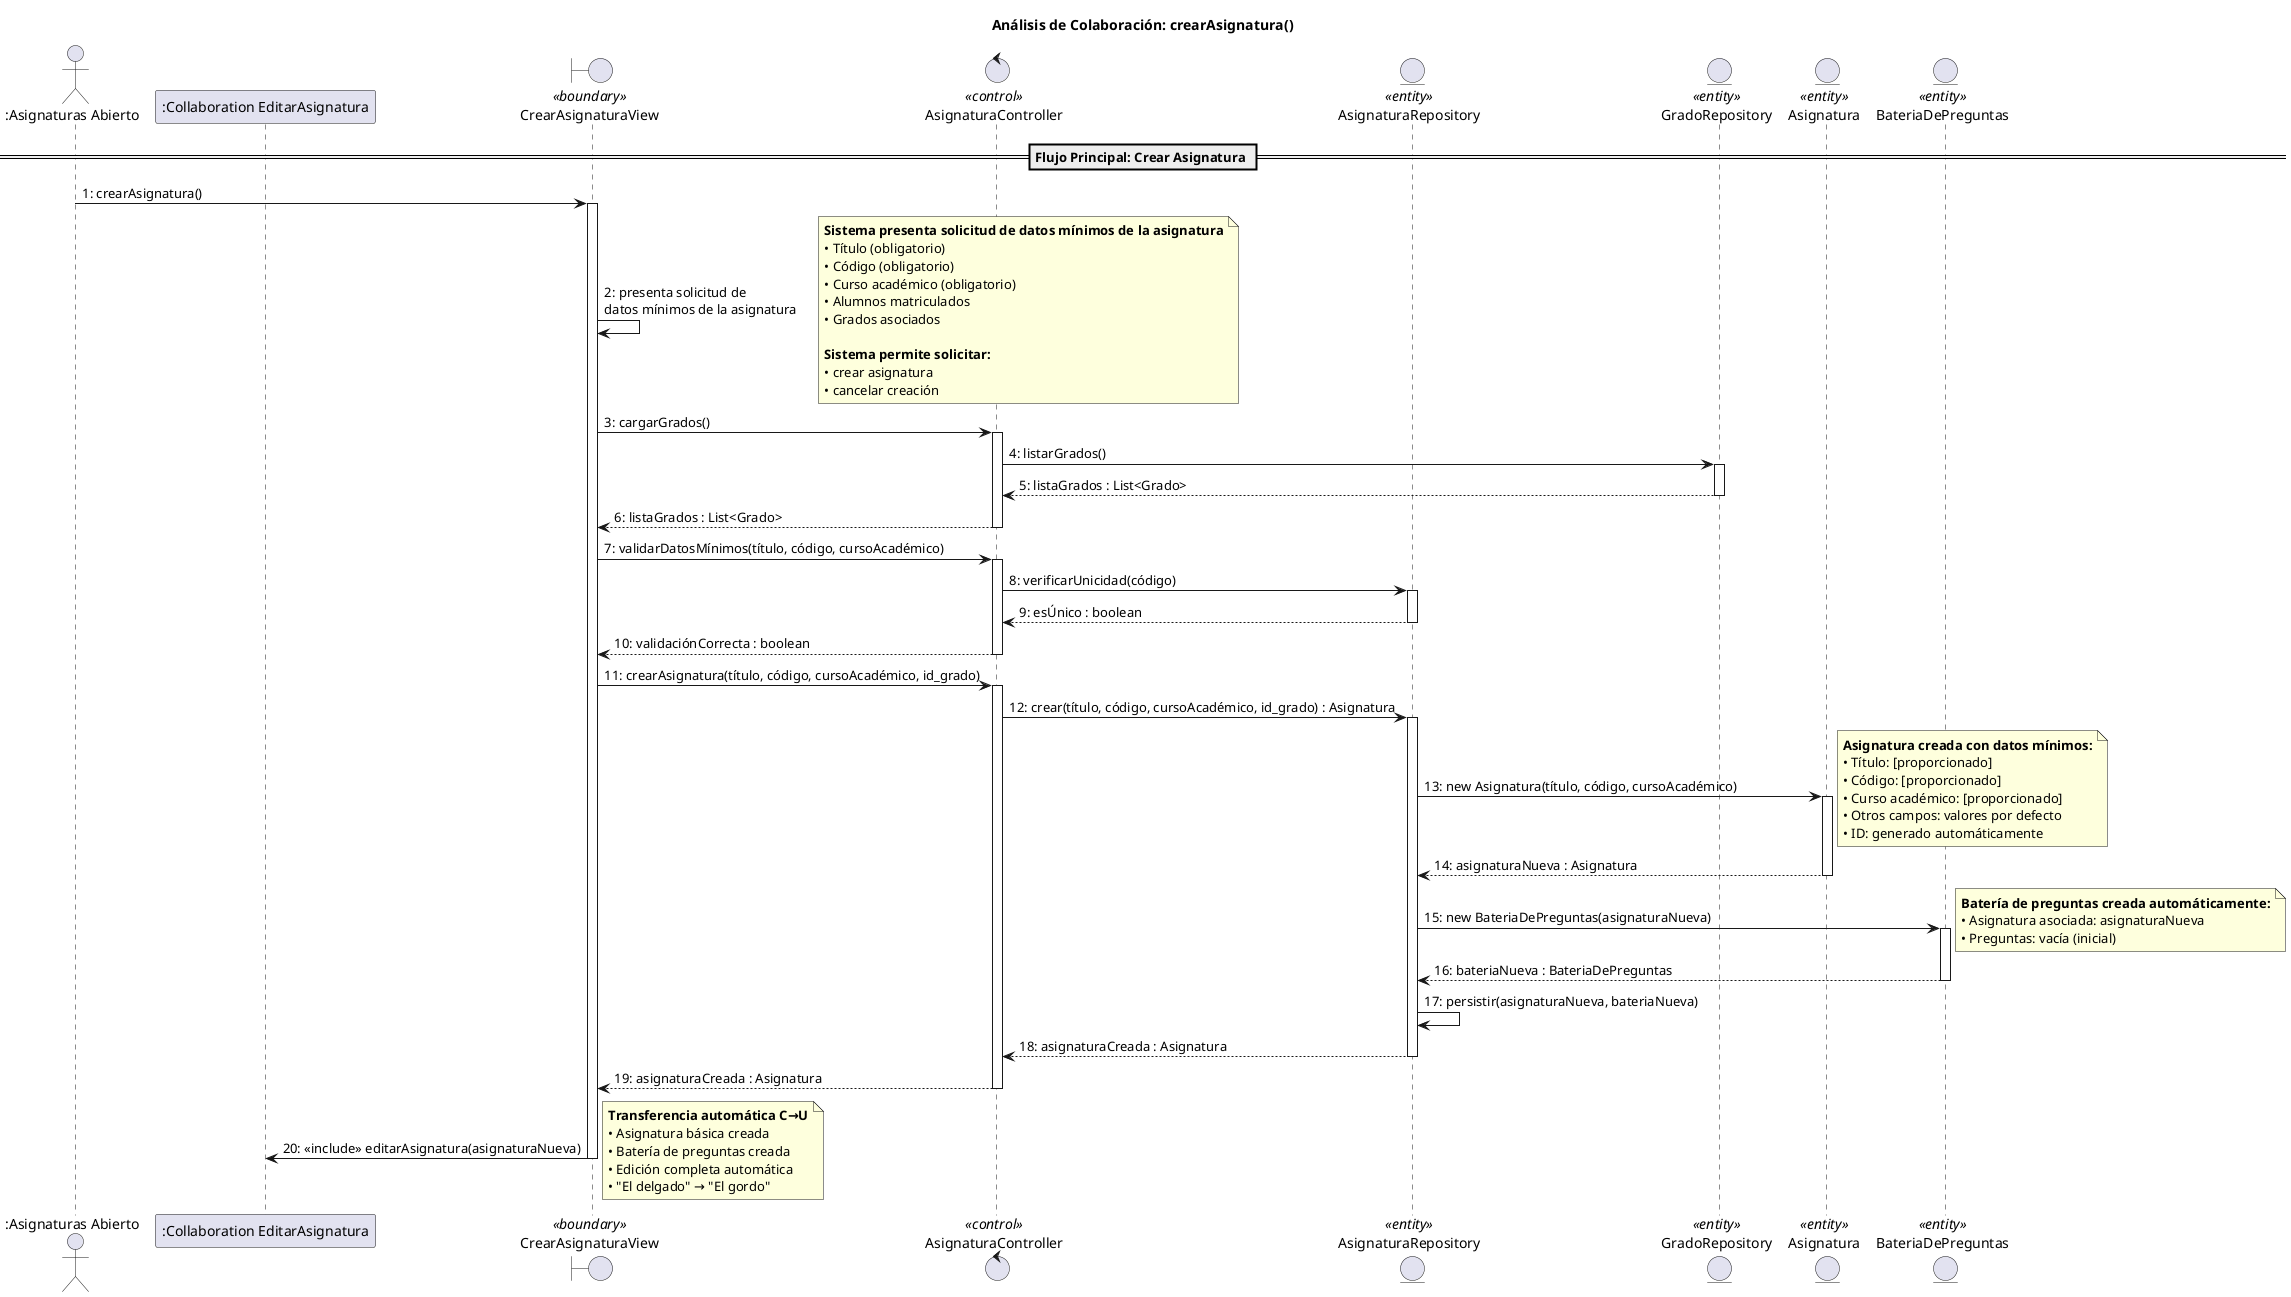
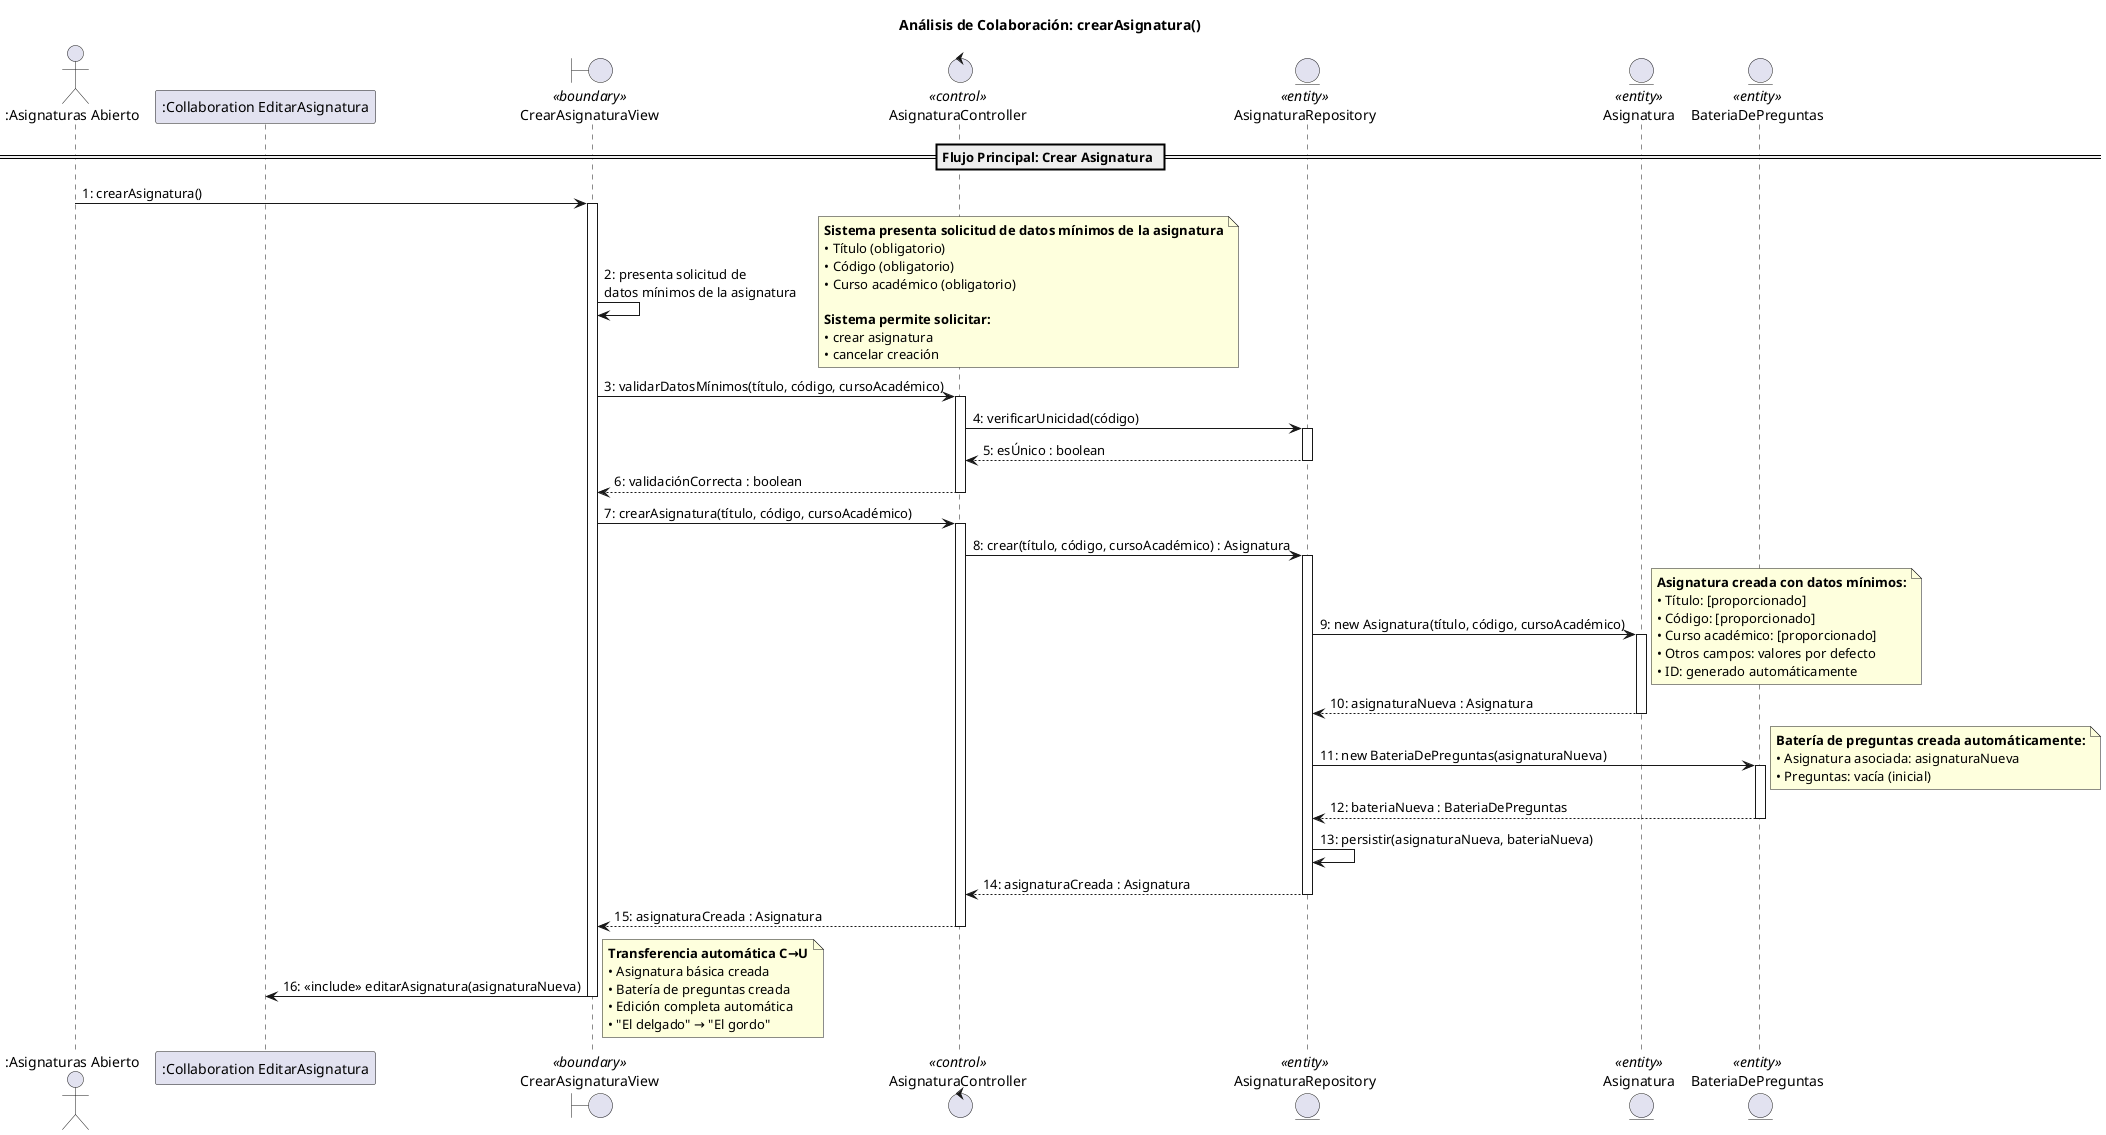
@startuml crearAsignatura-analisis-secuencia

skinparam linetype polyline

' Actores externos
actor ":Asignaturas Abierto" as AsignaturasAbierto
participant ":Collaboration EditarAsignatura" as EditarAsignatura

' Clases de análisis - Vista (Boundary)
boundary "CrearAsignaturaView" as Vista <<boundary>>

' Clases de análisis - Control
control "AsignaturaController" as Controlador <<control>>

' Clases de análisis - Entidad (Entity)
entity "AsignaturaRepository" as Repositorio <<entity>>
- entity "GradoRepository" as GradoRepo <<entity>>
entity "Asignatura" as AsignaturaEntity <<entity>>
entity "BateriaDePreguntas" as BateriaEntity <<entity>>

title Análisis de Colaboración: crearAsignatura()

== Flujo Principal: Crear Asignatura ==

AsignaturasAbierto -> Vista : 1: crearAsignatura()
activate Vista

Vista -> Vista : 2: presenta solicitud de\ndatos mínimos de la asignatura
note right
**Sistema presenta solicitud de datos mínimos de la asignatura**
• Título (obligatorio)
• Código (obligatorio)
• Curso académico (obligatorio)
- • Alumnos matriculados
- • Grados asociados

**Sistema permite solicitar:**
• crear asignatura
• cancelar creación
end note

- Vista -> Controlador : 3: cargarGrados()
+ Vista -> Controlador : 3: validarDatosMínimos(título, código, cursoAcadémico)
activate Controlador

- Controlador -> GradoRepo : 4: listarGrados()
- activate GradoRepo
- GradoRepo --> Controlador : 5: listaGrados : List<Grado>
- deactivate GradoRepo
+ Controlador -> Repositorio : 4: verificarUnicidad(código)
+ activate Repositorio
+ Repositorio --> Controlador : 5: esÚnico : boolean
+ deactivate Repositorio

- Controlador --> Vista : 6: listaGrados : List<Grado>
+ Controlador --> Vista : 6: validaciónCorrecta : boolean
deactivate Controlador

- Vista -> Controlador : 7: validarDatosMínimos(título, código, cursoAcadémico)
+ Vista -> Controlador : 7: crearAsignatura(título, código, cursoAcadémico)
activate Controlador

- Controlador -> Repositorio : 8: verificarUnicidad(código)
- activate Repositorio
- Repositorio --> Controlador : 9: esÚnico : boolean
- deactivate Repositorio
- 
- Controlador --> Vista : 10: validaciónCorrecta : boolean
- deactivate Controlador
- 
- Vista -> Controlador : 11: crearAsignatura(título, código, cursoAcadémico, id_grado)
- activate Controlador
- 
- Controlador -> Repositorio : 12: crear(título, código, cursoAcadémico, id_grado) : Asignatura
+ Controlador -> Repositorio : 8: crear(título, código, cursoAcadémico) : Asignatura
activate Repositorio

- Repositorio -> AsignaturaEntity : 13: new Asignatura(título, código, cursoAcadémico)
+ Repositorio -> AsignaturaEntity : 9: new Asignatura(título, código, cursoAcadémico)
activate AsignaturaEntity
note right
**Asignatura creada con datos mínimos:**
• Título: [proporcionado]
• Código: [proporcionado]
• Curso académico: [proporcionado]
• Otros campos: valores por defecto
• ID: generado automáticamente
end note

- AsignaturaEntity --> Repositorio : 14: asignaturaNueva : Asignatura
+ AsignaturaEntity --> Repositorio : 10: asignaturaNueva : Asignatura
deactivate AsignaturaEntity

- Repositorio -> BateriaEntity : 15: new BateriaDePreguntas(asignaturaNueva)
+ Repositorio -> BateriaEntity : 11: new BateriaDePreguntas(asignaturaNueva)
activate BateriaEntity
note right
**Batería de preguntas creada automáticamente:**
• Asignatura asociada: asignaturaNueva
• Preguntas: vacía (inicial)
end note

- BateriaEntity --> Repositorio : 16: bateriaNueva : BateriaDePreguntas
+ BateriaEntity --> Repositorio : 12: bateriaNueva : BateriaDePreguntas
deactivate BateriaEntity

- Repositorio -> Repositorio : 17: persistir(asignaturaNueva, bateriaNueva)
- Repositorio --> Controlador : 18: asignaturaCreada : Asignatura
+ Repositorio -> Repositorio : 13: persistir(asignaturaNueva, bateriaNueva)
+ Repositorio --> Controlador : 14: asignaturaCreada : Asignatura
deactivate Repositorio

- Controlador --> Vista : 19: asignaturaCreada : Asignatura
+ Controlador --> Vista : 15: asignaturaCreada : Asignatura
deactivate Controlador

- Vista -> EditarAsignatura : 20: <<include>> editarAsignatura(asignaturaNueva)
+ Vista -> EditarAsignatura : 16: <<include>> editarAsignatura(asignaturaNueva)
note right
**Transferencia automática C→U**
• Asignatura básica creada
• Batería de preguntas creada
• Edición completa automática
• "El delgado" → "El gordo"
end note

deactivate Vista

@enduml
